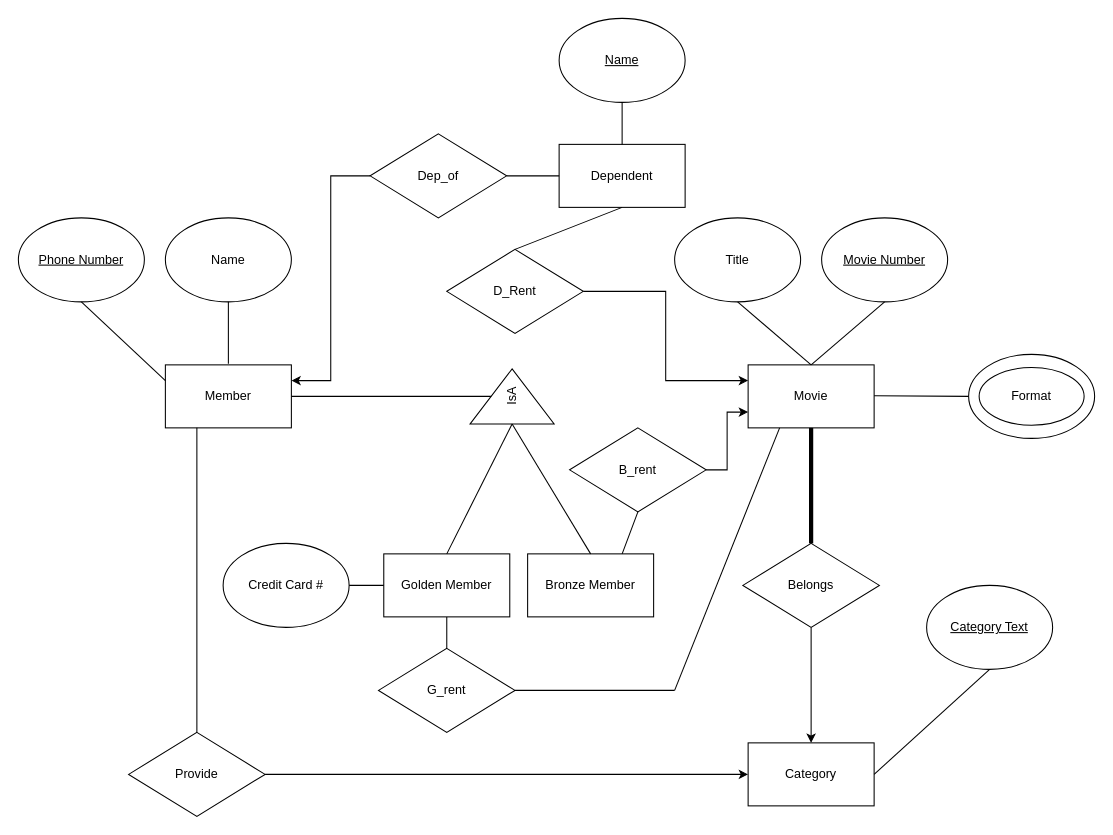
Karina-Zhangg/ER-diagram-SQL keeps this draw.io diagram as Untitled Diagram.drawio. Above is the earlier version. Source tidied: cells renumbered, new cells numbered last; positions are measured from the earlier drawing's top-left corner, leaving out a move shared by most shapes. Both pictures are drawn from the tidied source at 105%, with x=0, y=0 at pixel (18, 18).
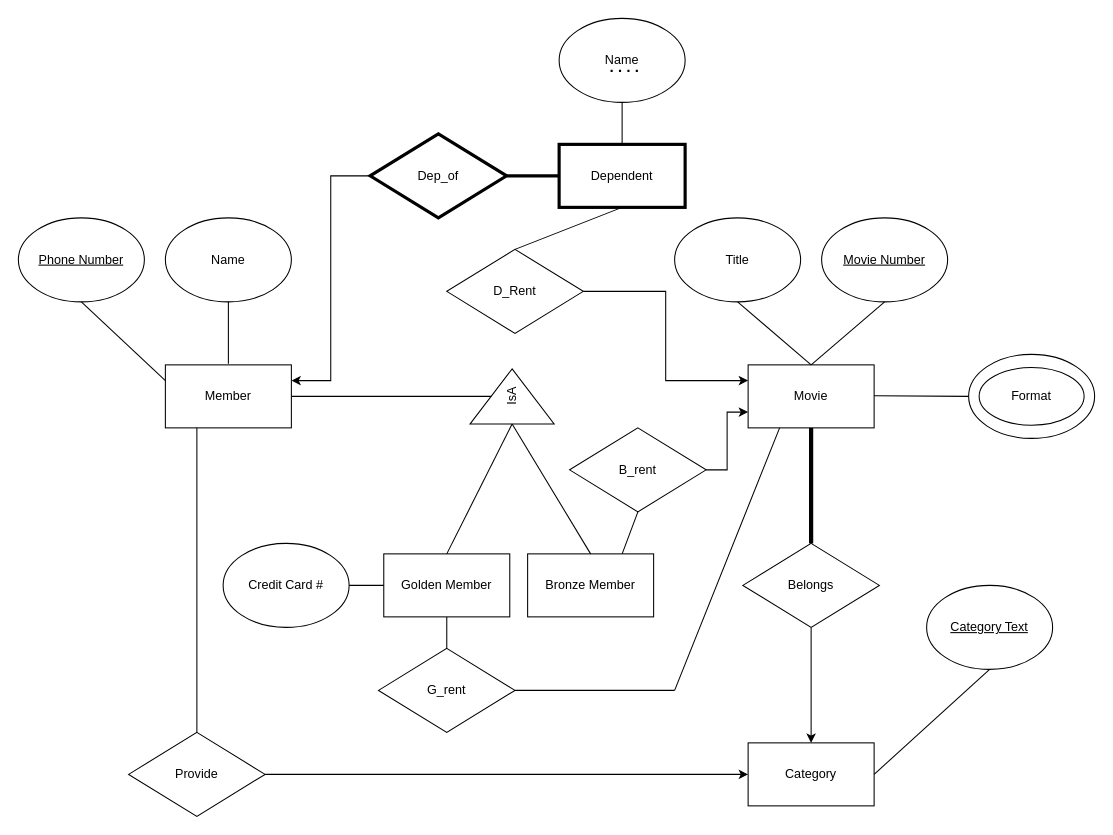
Above is the later version.

Diff of the diagram source:
```diff
@@
-    <mxCell id="29" value="Dependent" style="rounded=0;whiteSpace=wrap;html=1;" parent="1" vertex="1">
+    <mxCell id="29" value="Dependent" style="rounded=0;whiteSpace=wrap;html=1;strokeWidth=3;" parent="1" vertex="1">
       <mxGeometry x="515" y="120" width="120" height="60" as="geometry" />
     </mxCell>
@@
-    <mxCell id="31" value="Dep_of" style="rhombus;whiteSpace=wrap;html=1;" parent="1" vertex="1">
+    <mxCell id="31" value="Dep_of" style="rhombus;whiteSpace=wrap;html=1;strokeWidth=3;" parent="1" vertex="1">
       <mxGeometry x="335" y="110" width="130" height="80" as="geometry" />
     </mxCell>
-    <mxCell id="32" value="&lt;u&gt;Name&lt;/u&gt;" style="ellipse;whiteSpace=wrap;html=1;" parent="1" vertex="1">
+    <mxCell id="32" value="Name" style="ellipse;whiteSpace=wrap;html=1;" parent="1" vertex="1">
       <mxGeometry x="515" width="120" height="80" as="geometry" />
     </mxCell>
@@
-    <mxCell id="36" style="endArrow=none;html=1;rounded=0;entryX=0;entryY=0.5;entryDx=0;entryDy=0;" parent="1" edge="1" target="29">
+    <mxCell id="36" style="endArrow=none;html=1;rounded=0;entryX=0;entryY=0.5;entryDx=0;entryDy=0;strokeWidth=3;" parent="1" edge="1" target="29">
       <mxGeometry relative="1" as="geometry">
         <mxPoint x="465" y="150" as="sourcePoint" />
       </mxGeometry>
     </mxCell>
@@
+    <mxCell id="48" style="endArrow=none;dashed=1;html=1;dashPattern=1 3;strokeWidth=2;rounded=0;" parent="1" edge="1">
+      <mxGeometry relative="1" as="geometry">
+        <mxPoint x="590" y="50" as="sourcePoint" />
+        <mxPoint x="560" y="50" as="targetPoint" />
+      </mxGeometry>
+    </mxCell>
```
